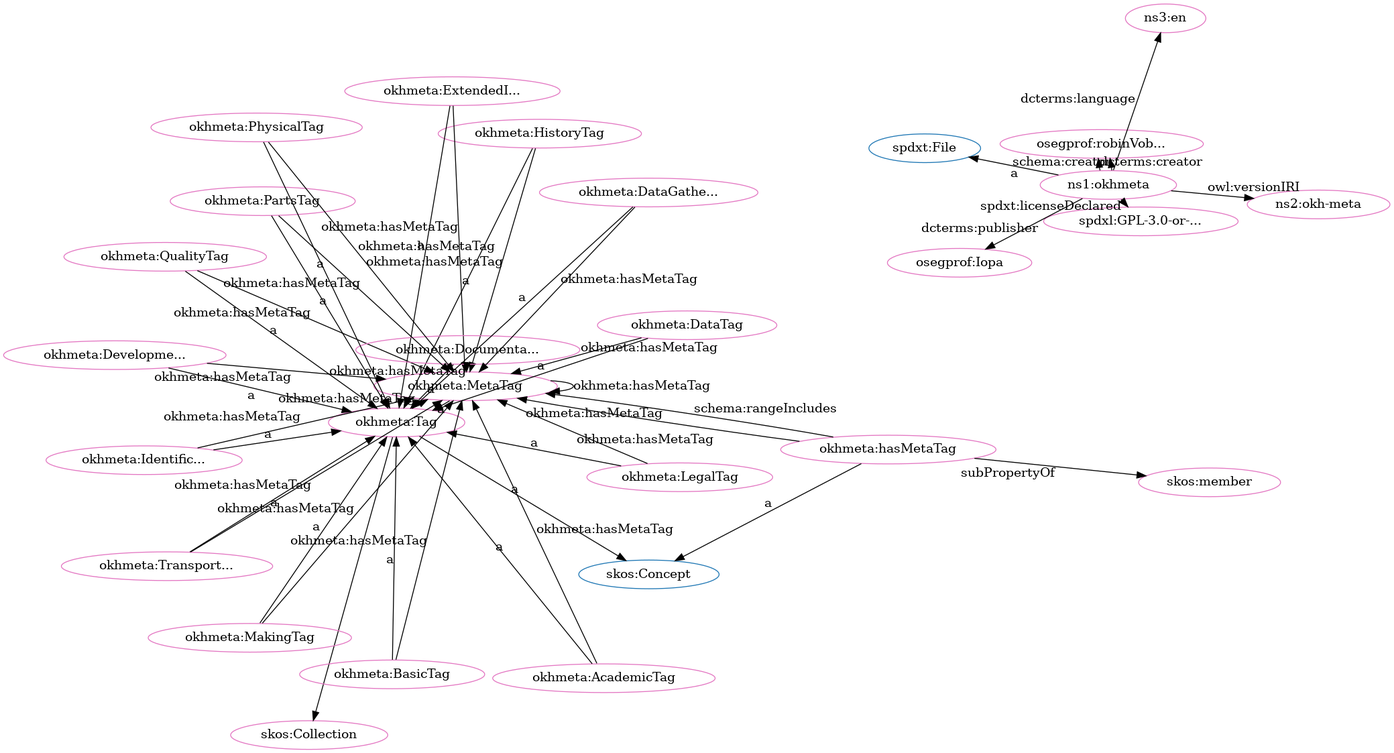
iop-alliance/OpenKnowHow keeps this Graphviz diagram as src/spec/fdp_okh-meta-clean.png. Above is the earlier version. Its source is kept beside it as src/spec/fdp_okh-meta-clean.dot.
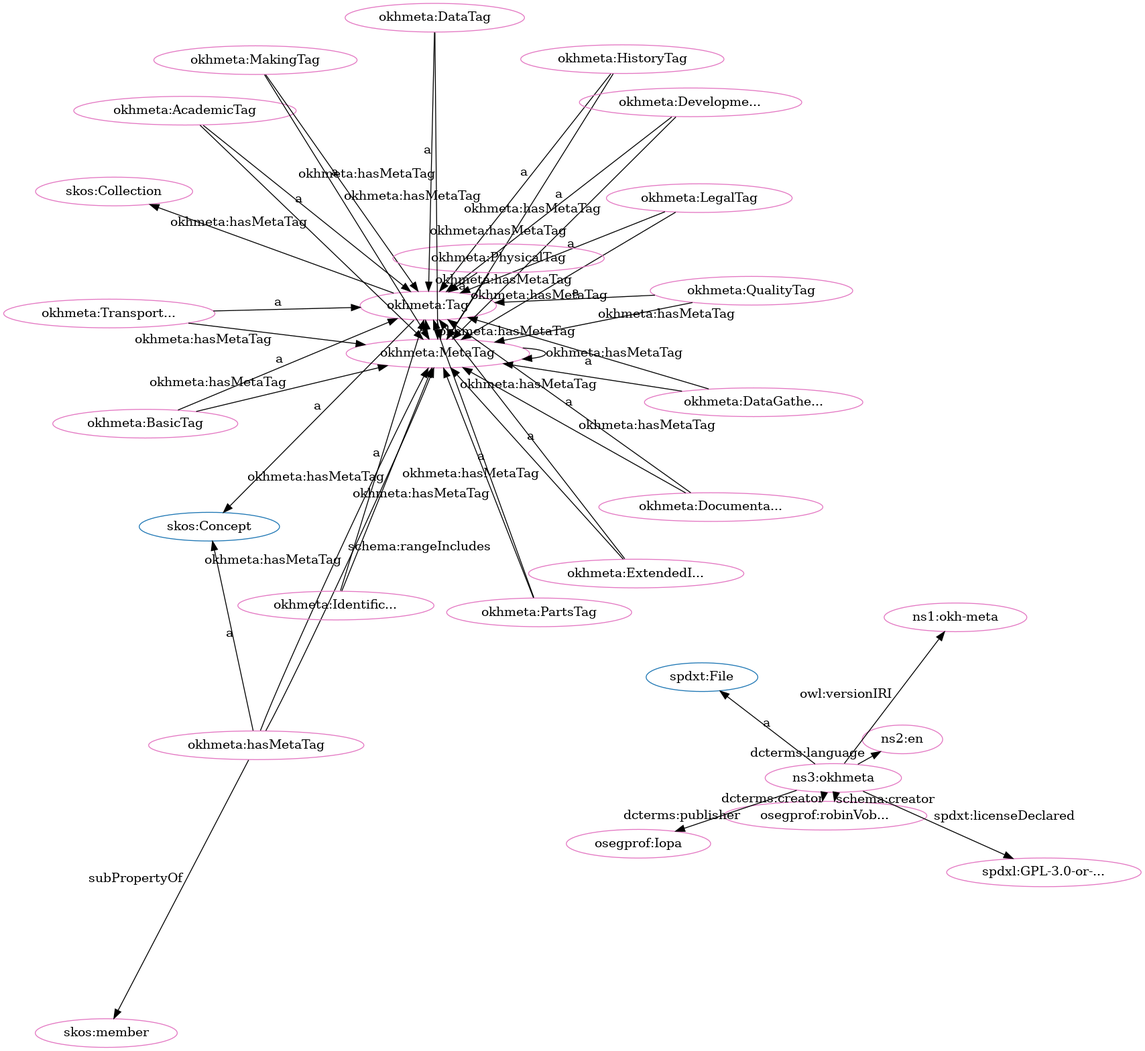
Above is the later version.

Change to the diagram source:
```diff
@@ -2,80 +2,80 @@
   rankdir=BT
   node[height=.3]
 "http://www.w3.org/2004/02/skos/core#Collection" [fillcolor="#1f77b4" color="#1f77b4" label="skos:Collection"]
+"https://w3id.org/oseg/ont/okhmeta#MetaTag" [fillcolor="#1f77b4" color="#1f77b4" label="okhmeta:MetaTag"]
 "http://www.w3.org/2004/02/skos/core#Concept" [fillcolor="#1f77b4" color="#1f77b4" label="skos:Concept"]
-"https://w3id.org/oseg/ont/okhmeta#MetaTag" [fillcolor="#1f77b4" color="#1f77b4" label="okhmeta:MetaTag"]
 "https://w3id.org/oseg/ont/okhmeta#Tag" [fillcolor="#1f77b4" color="#1f77b4" label="okhmeta:Tag"]
 "http://spdx.org/rdf/terms#File" [fillcolor="#1f77b4" color="#1f77b4" label="spdxt:File"]
+"http://www.w3.org/2004/02/skos/core#member" [fillcolor="#e377c2" color="#e377c2" label="skos:member"]
+"https://w3id.org/oseg/ont/1.1.0/okh-meta" [fillcolor="#e377c2" color="#e377c2" label="ns1:okh-meta"]
+"https://w3id.org/oseg/ont/okhmeta#QualityTag" [fillcolor="#e377c2" color="#e377c2" label="okhmeta:QualityTag"]
 "https://w3id.org/oseg/ont/okhmeta#MetaTag" [fillcolor="#e377c2" color="#e377c2" label="okhmeta:MetaTag"]
-"https://w3id.org/oseg/ont/okhmeta#QualityTag" [fillcolor="#e377c2" color="#e377c2" label="okhmeta:QualityTag"]
+"https://w3id.org/oseg/ont/okhmeta#AcademicTag" [fillcolor="#e377c2" color="#e377c2" label="okhmeta:AcademicTag"]
+"https://w3id.org/oseg/ont/okhmeta#ExtendedInfoTag" [fillcolor="#e377c2" color="#e377c2" label="okhmeta:ExtendedI..."]
+"https://w3id.org/oseg/ont/okhmeta#Tag" [fillcolor="#e377c2" color="#e377c2" label="okhmeta:Tag"]
+"https://w3id.org/oseg/ont/okhmeta#DocumentationTag" [fillcolor="#e377c2" color="#e377c2" label="okhmeta:Documenta..."]
+"https://w3id.org/oseg/ont/okhmeta#PartsTag" [fillcolor="#e377c2" color="#e377c2" label="okhmeta:PartsTag"]
+"https://w3id.org/oseg/ont/okhmeta#TransportationTag" [fillcolor="#e377c2" color="#e377c2" label="okhmeta:Transport..."]
+"https://w3id.org/oseg/ont/oseg-profiles#robinVobruba" [fillcolor="#e377c2" color="#e377c2" label="osegprof:robinVob..."]
+"http://id.loc.gov/vocabulary/iso639-1/en" [fillcolor="#e377c2" color="#e377c2" label="ns2:en"]
+"https://w3id.org/oseg/ont/okhmeta#hasMetaTag" [fillcolor="#e377c2" color="#e377c2" label="okhmeta:hasMetaTag"]
+"https://w3id.org/oseg/ont/okhmeta#MakingTag" [fillcolor="#e377c2" color="#e377c2" label="okhmeta:MakingTag"]
+"https://w3id.org/oseg/ont/okhmeta#HistoryTag" [fillcolor="#e377c2" color="#e377c2" label="okhmeta:HistoryTag"]
 "http://www.w3.org/2004/02/skos/core#Collection" [fillcolor="#e377c2" color="#e377c2" label="skos:Collection"]
+"https://spdx.org/licenses/GPL-3.0-or-later" [fillcolor="#e377c2" color="#e377c2" label="spdxl:GPL-3.0-or-..."]
+"https://w3id.org/oseg/ont/okhmeta#DevelopmentTag" [fillcolor="#e377c2" color="#e377c2" label="okhmeta:Developme..."]
+"https://w3id.org/oseg/ont/okhmeta#IdentificationTag" [fillcolor="#e377c2" color="#e377c2" label="okhmeta:Identific..."]
+"https://w3id.org/oseg/ont/okhmeta#DataGatheringTag" [fillcolor="#e377c2" color="#e377c2" label="okhmeta:DataGathe..."]
+"https://w3id.org/oseg/ont/okhmeta" [fillcolor="#e377c2" color="#e377c2" label="ns3:okhmeta"]
+"https://w3id.org/oseg/ont/okhmeta#LegalTag" [fillcolor="#e377c2" color="#e377c2" label="okhmeta:LegalTag"]
+"https://w3id.org/oseg/ont/okhmeta#PhysicalTag" [fillcolor="#e377c2" color="#e377c2" label="okhmeta:PhysicalTag"]
+"https://w3id.org/oseg/ont/oseg-profiles#Iopa" [fillcolor="#e377c2" color="#e377c2" label="osegprof:Iopa"]
+"https://w3id.org/oseg/ont/okhmeta#DataTag" [fillcolor="#e377c2" color="#e377c2" label="okhmeta:DataTag"]
 "https://w3id.org/oseg/ont/okhmeta#BasicTag" [fillcolor="#e377c2" color="#e377c2" label="okhmeta:BasicTag"]
-"https://w3id.org/oseg/ont/okhmeta#LegalTag" [fillcolor="#e377c2" color="#e377c2" label="okhmeta:LegalTag"]
-"https://w3id.org/oseg/ont/okhmeta#HistoryTag" [fillcolor="#e377c2" color="#e377c2" label="okhmeta:HistoryTag"]
-"https://spdx.org/licenses/GPL-3.0-or-later" [fillcolor="#e377c2" color="#e377c2" label="spdxl:GPL-3.0-or-..."]
-"https://w3id.org/oseg/ont/okhmeta" [fillcolor="#e377c2" color="#e377c2" label="ns1:okhmeta"]
-"https://w3id.org/oseg/ont/okhmeta#AcademicTag" [fillcolor="#e377c2" color="#e377c2" label="okhmeta:AcademicTag"]
-"https://w3id.org/oseg/ont/okhmeta#MakingTag" [fillcolor="#e377c2" color="#e377c2" label="okhmeta:MakingTag"]
-"https://w3id.org/oseg/ont/okhmeta#TransportationTag" [fillcolor="#e377c2" color="#e377c2" label="okhmeta:Transport..."]
-"https://w3id.org/oseg/ont/okhmeta#ExtendedInfoTag" [fillcolor="#e377c2" color="#e377c2" label="okhmeta:ExtendedI..."]
-"https://w3id.org/oseg/ont/oseg-profiles#robinVobruba" [fillcolor="#e377c2" color="#e377c2" label="osegprof:robinVob..."]
-"http://www.w3.org/2004/02/skos/core#member" [fillcolor="#e377c2" color="#e377c2" label="skos:member"]
-"https://w3id.org/oseg/ont/1.1.0/okh-meta" [fillcolor="#e377c2" color="#e377c2" label="ns2:okh-meta"]
-"https://w3id.org/oseg/ont/okhmeta#DataTag" [fillcolor="#e377c2" color="#e377c2" label="okhmeta:DataTag"]
-"https://w3id.org/oseg/ont/okhmeta#DocumentationTag" [fillcolor="#e377c2" color="#e377c2" label="okhmeta:Documenta..."]
-"http://id.loc.gov/vocabulary/iso639-1/en" [fillcolor="#e377c2" color="#e377c2" label="ns3:en"]
-"https://w3id.org/oseg/ont/okhmeta#DataGatheringTag" [fillcolor="#e377c2" color="#e377c2" label="okhmeta:DataGathe..."]
-"https://w3id.org/oseg/ont/okhmeta#hasMetaTag" [fillcolor="#e377c2" color="#e377c2" label="okhmeta:hasMetaTag"]
-"https://w3id.org/oseg/ont/oseg-profiles#Iopa" [fillcolor="#e377c2" color="#e377c2" label="osegprof:Iopa"]
-"https://w3id.org/oseg/ont/okhmeta#PartsTag" [fillcolor="#e377c2" color="#e377c2" label="okhmeta:PartsTag"]
-"https://w3id.org/oseg/ont/okhmeta#DevelopmentTag" [fillcolor="#e377c2" color="#e377c2" label="okhmeta:Developme..."]
-"https://w3id.org/oseg/ont/okhmeta#PhysicalTag" [fillcolor="#e377c2" color="#e377c2" label="okhmeta:PhysicalTag"]
-"https://w3id.org/oseg/ont/okhmeta#Tag" [fillcolor="#e377c2" color="#e377c2" label="okhmeta:Tag"]
-"https://w3id.org/oseg/ont/okhmeta#IdentificationTag" [fillcolor="#e377c2" color="#e377c2" label="okhmeta:Identific..."]
+  "https://w3id.org/oseg/ont/okhmeta#hasMetaTag" -> "http://www.w3.org/2004/02/skos/core#member" [label="subPropertyOf"]
+  "https://w3id.org/oseg/ont/okhmeta#QualityTag" -> "https://w3id.org/oseg/ont/okhmeta#Tag" [label="a"]
   "https://w3id.org/oseg/ont/okhmeta#hasMetaTag" -> "https://w3id.org/oseg/ont/okhmeta#MetaTag" [label="okhmeta:hasMetaTag"]
-  "https://w3id.org/oseg/ont/okhmeta#DocumentationTag" -> "https://w3id.org/oseg/ont/okhmeta#MetaTag" [label="okhmeta:hasMetaTag"]
+  "https://w3id.org/oseg/ont/okhmeta#AcademicTag" -> "https://w3id.org/oseg/ont/okhmeta#Tag" [label="a"]
+  "https://w3id.org/oseg/ont/okhmeta#ExtendedInfoTag" -> "https://w3id.org/oseg/ont/okhmeta#Tag" [label="a"]
+  "https://w3id.org/oseg/ont/okhmeta#Tag" -> "http://www.w3.org/2004/02/skos/core#Concept" [label="a"]
+  "https://w3id.org/oseg/ont/okhmeta#hasMetaTag" -> "https://w3id.org/oseg/ont/okhmeta#MetaTag" [label="schema:rangeIncludes"]
+  "https://w3id.org/oseg/ont/okhmeta#DocumentationTag" -> "https://w3id.org/oseg/ont/okhmeta#Tag" [label="a"]
+  "https://w3id.org/oseg/ont/okhmeta" -> "https://w3id.org/oseg/ont/oseg-profiles#robinVobruba" [label="schema:creator"]
+  "https://w3id.org/oseg/ont/okhmeta#hasMetaTag" -> "http://www.w3.org/2004/02/skos/core#Concept" [label="a"]
+  "https://w3id.org/oseg/ont/okhmeta#Tag" -> "http://www.w3.org/2004/02/skos/core#Collection" [label=""]
+  "https://w3id.org/oseg/ont/okhmeta#LegalTag" -> "https://w3id.org/oseg/ont/okhmeta#MetaTag" [label="okhmeta:hasMetaTag"]
+  "https://w3id.org/oseg/ont/okhmeta#IdentificationTag" -> "https://w3id.org/oseg/ont/okhmeta#Tag" [label="a"]
+  "https://w3id.org/oseg/ont/okhmeta#DataGatheringTag" -> "https://w3id.org/oseg/ont/okhmeta#Tag" [label="a"]
   "https://w3id.org/oseg/ont/okhmeta#LegalTag" -> "https://w3id.org/oseg/ont/okhmeta#Tag" [label="a"]
+  "https://w3id.org/oseg/ont/okhmeta#BasicTag" -> "https://w3id.org/oseg/ont/okhmeta#MetaTag" [label="okhmeta:hasMetaTag"]
+  "https://w3id.org/oseg/ont/okhmeta#HistoryTag" -> "https://w3id.org/oseg/ont/okhmeta#MetaTag" [label="okhmeta:hasMetaTag"]
+  "https://w3id.org/oseg/ont/okhmeta#BasicTag" -> "https://w3id.org/oseg/ont/okhmeta#Tag" [label="a"]
+  "https://w3id.org/oseg/ont/okhmeta" -> "https://w3id.org/oseg/ont/oseg-profiles#robinVobruba" [label="dcterms:creator"]
+  "https://w3id.org/oseg/ont/okhmeta" -> "http://spdx.org/rdf/terms#File" [label="a"]
+  "https://w3id.org/oseg/ont/okhmeta" -> "https://w3id.org/oseg/ont/1.1.0/okh-meta" [label="owl:versionIRI"]
   "https://w3id.org/oseg/ont/okhmeta#PartsTag" -> "https://w3id.org/oseg/ont/okhmeta#MetaTag" [label="okhmeta:hasMetaTag"]
-  "https://w3id.org/oseg/ont/okhmeta#HistoryTag" -> "https://w3id.org/oseg/ont/okhmeta#Tag" [label="a"]
-  "https://w3id.org/oseg/ont/okhmeta" -> "https://spdx.org/licenses/GPL-3.0-or-later" [label="spdxt:licenseDeclared"]
-  "https://w3id.org/oseg/ont/okhmeta#IdentificationTag" -> "https://w3id.org/oseg/ont/okhmeta#MetaTag" [label="okhmeta:hasMetaTag"]
-  "https://w3id.org/oseg/ont/okhmeta#MakingTag" -> "https://w3id.org/oseg/ont/okhmeta#Tag" [label="a"]
-  "https://w3id.org/oseg/ont/okhmeta#PhysicalTag" -> "https://w3id.org/oseg/ont/okhmeta#MetaTag" [label="okhmeta:hasMetaTag"]
-  "https://w3id.org/oseg/ont/okhmeta" -> "http://spdx.org/rdf/terms#File" [label="a"]
-  "https://w3id.org/oseg/ont/okhmeta#Tag" -> "https://w3id.org/oseg/ont/okhmeta#MetaTag" [label="okhmeta:hasMetaTag"]
-  "https://w3id.org/oseg/ont/okhmeta" -> "https://w3id.org/oseg/ont/oseg-profiles#robinVobruba" [label="dcterms:creator"]
-  "https://w3id.org/oseg/ont/okhmeta#hasMetaTag" -> "http://www.w3.org/2004/02/skos/core#member" [label="subPropertyOf"]
-  "https://w3id.org/oseg/ont/okhmeta#LegalTag" -> "https://w3id.org/oseg/ont/okhmeta#MetaTag" [label="okhmeta:hasMetaTag"]
-  "https://w3id.org/oseg/ont/okhmeta" -> "https://w3id.org/oseg/ont/1.1.0/okh-meta" [label="owl:versionIRI"]
-  "https://w3id.org/oseg/ont/okhmeta#DocumentationTag" -> "https://w3id.org/oseg/ont/okhmeta#Tag" [label="a"]
-  "https://w3id.org/oseg/ont/okhmeta#DataGatheringTag" -> "https://w3id.org/oseg/ont/okhmeta#Tag" [label="a"]
-  "https://w3id.org/oseg/ont/okhmeta" -> "https://w3id.org/oseg/ont/oseg-profiles#Iopa" [label="dcterms:publisher"]
-  "https://w3id.org/oseg/ont/okhmeta#TransportationTag" -> "https://w3id.org/oseg/ont/okhmeta#MetaTag" [label="okhmeta:hasMetaTag"]
-  "https://w3id.org/oseg/ont/okhmeta#PartsTag" -> "https://w3id.org/oseg/ont/okhmeta#Tag" [label="a"]
-  "https://w3id.org/oseg/ont/okhmeta#DevelopmentTag" -> "https://w3id.org/oseg/ont/okhmeta#Tag" [label="a"]
-  "https://w3id.org/oseg/ont/okhmeta#PhysicalTag" -> "https://w3id.org/oseg/ont/okhmeta#Tag" [label="a"]
-  "https://w3id.org/oseg/ont/okhmeta#Tag" -> "http://www.w3.org/2004/02/skos/core#Concept" [label="a"]
   "https://w3id.org/oseg/ont/okhmeta#DataGatheringTag" -> "https://w3id.org/oseg/ont/okhmeta#MetaTag" [label="okhmeta:hasMetaTag"]
   "https://w3id.org/oseg/ont/okhmeta#DataTag" -> "https://w3id.org/oseg/ont/okhmeta#MetaTag" [label="okhmeta:hasMetaTag"]
-  "https://w3id.org/oseg/ont/okhmeta#QualityTag" -> "https://w3id.org/oseg/ont/okhmeta#Tag" [label="a"]
+  "https://w3id.org/oseg/ont/okhmeta#PartsTag" -> "https://w3id.org/oseg/ont/okhmeta#Tag" [label="a"]
+  "https://w3id.org/oseg/ont/okhmeta#TransportationTag" -> "https://w3id.org/oseg/ont/okhmeta#Tag" [label="a"]
+  "https://w3id.org/oseg/ont/okhmeta#DevelopmentTag" -> "https://w3id.org/oseg/ont/okhmeta#MetaTag" [label="okhmeta:hasMetaTag"]
+  "https://w3id.org/oseg/ont/okhmeta" -> "http://id.loc.gov/vocabulary/iso639-1/en" [label="dcterms:language"]
+  "https://w3id.org/oseg/ont/okhmeta#MakingTag" -> "https://w3id.org/oseg/ont/okhmeta#Tag" [label="a"]
+  "https://w3id.org/oseg/ont/okhmeta#QualityTag" -> "https://w3id.org/oseg/ont/okhmeta#MetaTag" [label="okhmeta:hasMetaTag"]
+  "https://w3id.org/oseg/ont/okhmeta#HistoryTag" -> "https://w3id.org/oseg/ont/okhmeta#Tag" [label="a"]
+  "https://w3id.org/oseg/ont/okhmeta#IdentificationTag" -> "https://w3id.org/oseg/ont/okhmeta#MetaTag" [label="okhmeta:hasMetaTag"]
+  "https://w3id.org/oseg/ont/okhmeta#AcademicTag" -> "https://w3id.org/oseg/ont/okhmeta#MetaTag" [label="okhmeta:hasMetaTag"]
+  "https://w3id.org/oseg/ont/okhmeta#ExtendedInfoTag" -> "https://w3id.org/oseg/ont/okhmeta#MetaTag" [label="okhmeta:hasMetaTag"]
+  "https://w3id.org/oseg/ont/okhmeta" -> "https://spdx.org/licenses/GPL-3.0-or-later" [label="spdxt:licenseDeclared"]
+  "https://w3id.org/oseg/ont/okhmeta#PhysicalTag" -> "https://w3id.org/oseg/ont/okhmeta#MetaTag" [label="okhmeta:hasMetaTag"]
+  "https://w3id.org/oseg/ont/okhmeta#DevelopmentTag" -> "https://w3id.org/oseg/ont/okhmeta#Tag" [label="a"]
+  "https://w3id.org/oseg/ont/okhmeta#MetaTag" -> "https://w3id.org/oseg/ont/okhmeta#MetaTag" [label="okhmeta:hasMetaTag"]
+  "https://w3id.org/oseg/ont/okhmeta#DocumentationTag" -> "https://w3id.org/oseg/ont/okhmeta#MetaTag" [label="okhmeta:hasMetaTag"]
+  "https://w3id.org/oseg/ont/okhmeta#TransportationTag" -> "https://w3id.org/oseg/ont/okhmeta#MetaTag" [label="okhmeta:hasMetaTag"]
+  "https://w3id.org/oseg/ont/okhmeta#PhysicalTag" -> "https://w3id.org/oseg/ont/okhmeta#Tag" [label="a"]
+  "https://w3id.org/oseg/ont/okhmeta" -> "https://w3id.org/oseg/ont/oseg-profiles#Iopa" [label="dcterms:publisher"]
   "https://w3id.org/oseg/ont/okhmeta#MetaTag" -> "https://w3id.org/oseg/ont/okhmeta#Tag" [label="a"]
-  "https://w3id.org/oseg/ont/okhmeta#Tag" -> "http://www.w3.org/2004/02/skos/core#Collection" [label=""]
-  "https://w3id.org/oseg/ont/okhmeta#BasicTag" -> "https://w3id.org/oseg/ont/okhmeta#Tag" [label="a"]
-  "https://w3id.org/oseg/ont/okhmeta#hasMetaTag" -> "https://w3id.org/oseg/ont/okhmeta#MetaTag" [label="schema:rangeIncludes"]
-  "https://w3id.org/oseg/ont/okhmeta#DevelopmentTag" -> "https://w3id.org/oseg/ont/okhmeta#MetaTag" [label="okhmeta:hasMetaTag"]
-  "https://w3id.org/oseg/ont/okhmeta#AcademicTag" -> "https://w3id.org/oseg/ont/okhmeta#Tag" [label="a"]
-  "https://w3id.org/oseg/ont/okhmeta#QualityTag" -> "https://w3id.org/oseg/ont/okhmeta#MetaTag" [label="okhmeta:hasMetaTag"]
-  "https://w3id.org/oseg/ont/okhmeta#TransportationTag" -> "https://w3id.org/oseg/ont/okhmeta#Tag" [label="a"]
-  "https://w3id.org/oseg/ont/okhmeta#ExtendedInfoTag" -> "https://w3id.org/oseg/ont/okhmeta#MetaTag" [label="okhmeta:hasMetaTag"]
-  "https://w3id.org/oseg/ont/okhmeta#BasicTag" -> "https://w3id.org/oseg/ont/okhmeta#MetaTag" [label="okhmeta:hasMetaTag"]
-  "https://w3id.org/oseg/ont/okhmeta" -> "https://w3id.org/oseg/ont/oseg-profiles#robinVobruba" [label="schema:creator"]
   "https://w3id.org/oseg/ont/okhmeta#DataTag" -> "https://w3id.org/oseg/ont/okhmeta#Tag" [label="a"]
-  "https://w3id.org/oseg/ont/okhmeta#IdentificationTag" -> "https://w3id.org/oseg/ont/okhmeta#Tag" [label="a"]
-  "https://w3id.org/oseg/ont/okhmeta" -> "http://id.loc.gov/vocabulary/iso639-1/en" [label="dcterms:language"]
-  "https://w3id.org/oseg/ont/okhmeta#AcademicTag" -> "https://w3id.org/oseg/ont/okhmeta#MetaTag" [label="okhmeta:hasMetaTag"]
-  "https://w3id.org/oseg/ont/okhmeta#HistoryTag" -> "https://w3id.org/oseg/ont/okhmeta#MetaTag" [label="okhmeta:hasMetaTag"]
   "https://w3id.org/oseg/ont/okhmeta#MakingTag" -> "https://w3id.org/oseg/ont/okhmeta#MetaTag" [label="okhmeta:hasMetaTag"]
-  "https://w3id.org/oseg/ont/okhmeta#hasMetaTag" -> "http://www.w3.org/2004/02/skos/core#Concept" [label="a"]
-  "https://w3id.org/oseg/ont/okhmeta#MetaTag" -> "https://w3id.org/oseg/ont/okhmeta#MetaTag" [label="okhmeta:hasMetaTag"]
-  "https://w3id.org/oseg/ont/okhmeta#ExtendedInfoTag" -> "https://w3id.org/oseg/ont/okhmeta#Tag" [label="a"]
+  "https://w3id.org/oseg/ont/okhmeta#Tag" -> "https://w3id.org/oseg/ont/okhmeta#MetaTag" [label="okhmeta:hasMetaTag"]
 }
```
